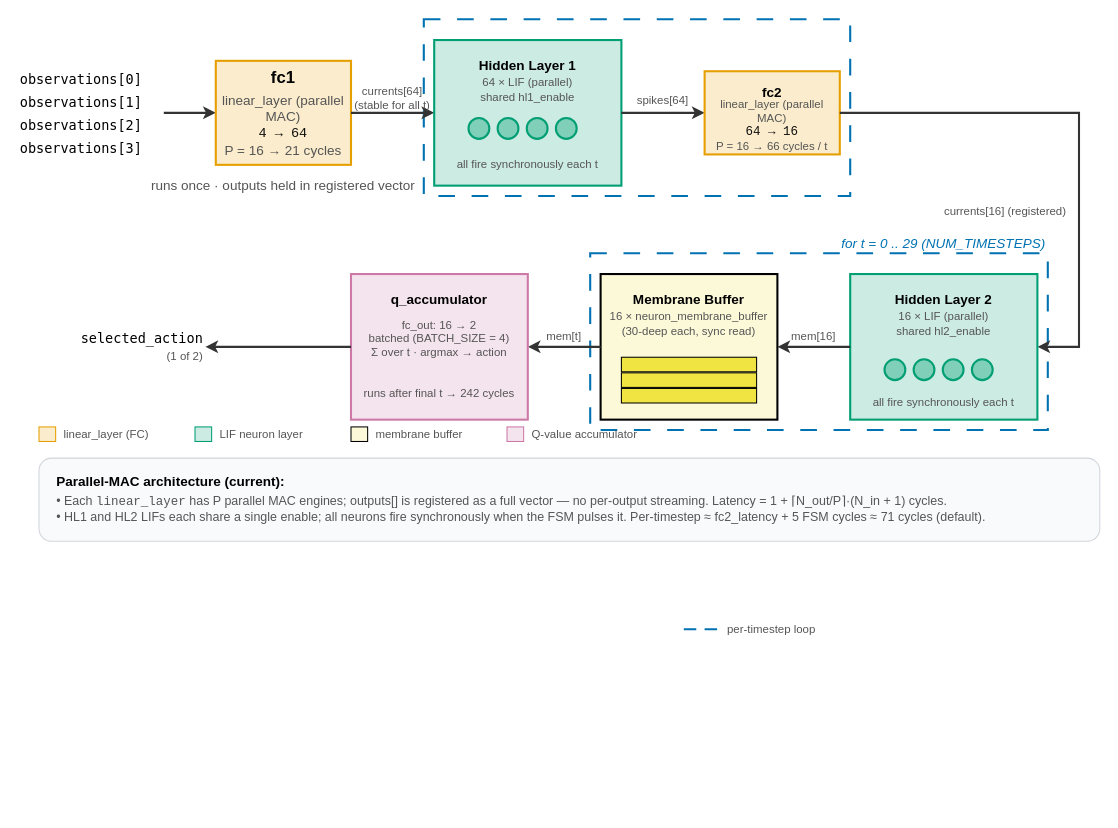
Before: page "LIF-network-v1" (4 of 5) of nn_diagrams.drawio in nkanderson/intrinsic-memory-SNNs, a draw.io diagram. Source tidied: cells renumbered, new cells numbered last; positions are measured from the earlier drawing's top-left corner, leaving out a move shared by most shapes. Both pictures are drawn from the tidied source at 104%, with x=0, y=0 at pixel (18, 19).
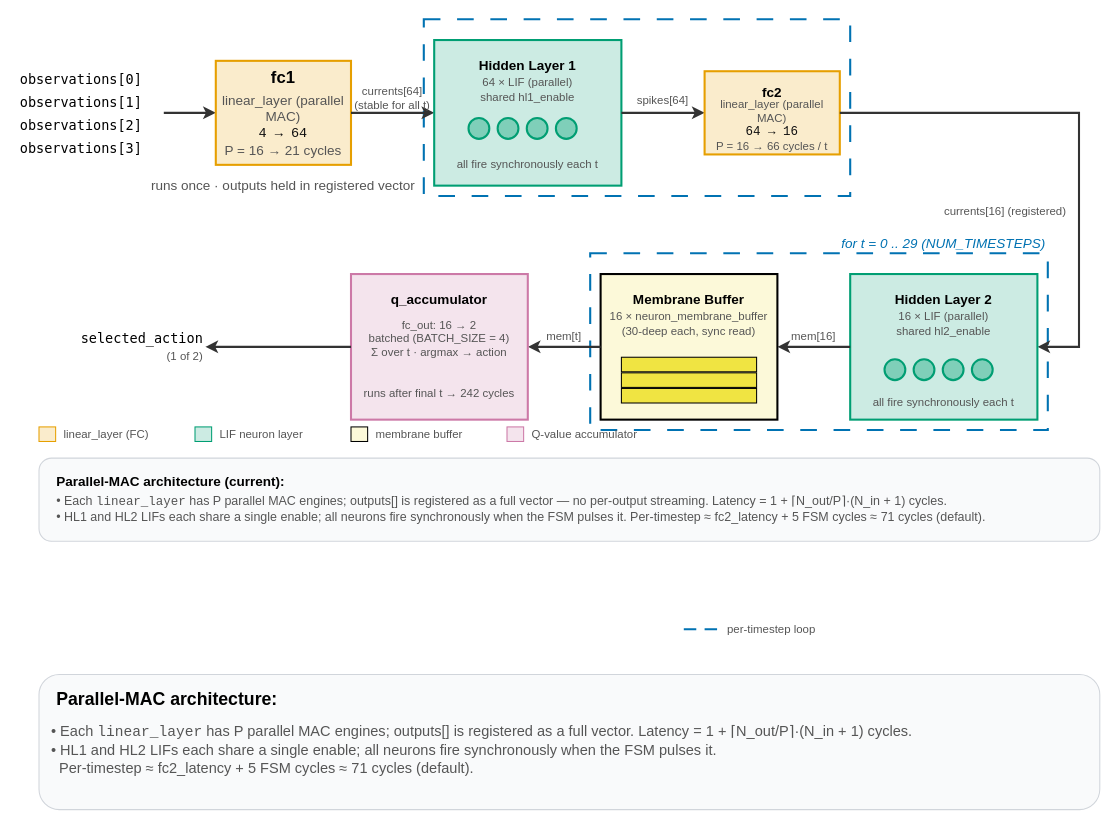
The same diagram, later.

Change to the diagram source:
```diff
@@
+    <mxCell id="68" style="rounded=1;whiteSpace=wrap;html=1;strokeWidth=1;fillColor=#F9FAFB;strokeColor=#D1D5DB;" parent="1" vertex="1">
+      <mxGeometry x="20" y="630" width="1020" height="130" as="geometry" />
+    </mxCell>
+    <mxCell id="69" value="&lt;font style=&quot;font-size: 17px;&quot;&gt;Parallel-MAC architecture:&lt;/font&gt;" style="text;html=1;whiteSpace=wrap;strokeColor=none;fillColor=none;align=left;verticalAlign=top;rounded=0;fontFamily=Helvetica;fontSize=13;fontStyle=1;" parent="1" vertex="1">
+      <mxGeometry x="35" y="638" width="980" height="20" as="geometry" />
+    </mxCell>
+    <mxCell id="70" value="&lt;font style=&quot;font-size: 14px;&quot;&gt;•  Each &lt;span style=&quot;font-family: monospace;&quot;&gt;linear_layer&lt;/span&gt; has P parallel MAC engines; outputs[] is registered as a full vector. Latency = 1 + ⌈N_out/P⌉·(N_in + 1) cycles.&lt;br&gt;•  HL1 and HL2 LIFs each share a single enable; all neurons fire synchronously when the FSM pulses it.&lt;br&gt;&amp;nbsp; Per-timestep ≈ fc2_latency + 5 FSM cycles ≈ 71 cycles (default).&lt;/font&gt;" style="text;html=1;whiteSpace=wrap;strokeColor=none;fillColor=none;align=left;verticalAlign=top;rounded=0;fontFamily=Helvetica;fontSize=12;fontColor=#555;" parent="1" vertex="1">
+      <mxGeometry x="30" y="670" width="990" height="70" as="geometry" />
+    </mxCell>
```
